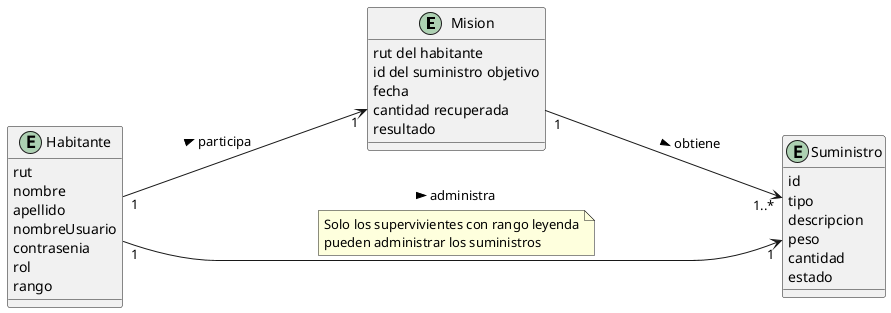
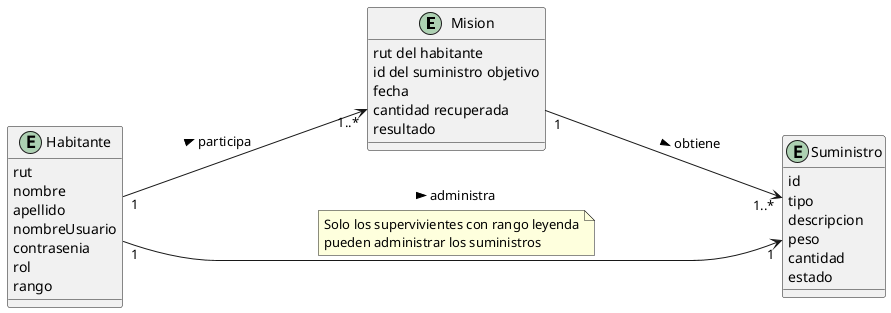
@startuml

left to right direction
entity Mision{
    rut del habitante
    id del suministro objetivo
    fecha
    cantidad recuperada
    resultado
}

entity Habitante{
    rut
    nombre
    apellido
    nombreUsuario
    contrasenia
    rol
    rango
}

entity Suministro{
    id
    tipo
    descripcion
    peso
    cantidad
    estado
}


Habitante"1"--->"1"Suministro: administra >
note on link: Solo los supervivientes con rango leyenda\npueden administrar los suministros

- Habitante"1"--->"1"Mision: participa >
+ Habitante"1"--->"1..*"Mision: participa >

Mision"1"--->"1..*"Suministro: obtiene >


@enduml